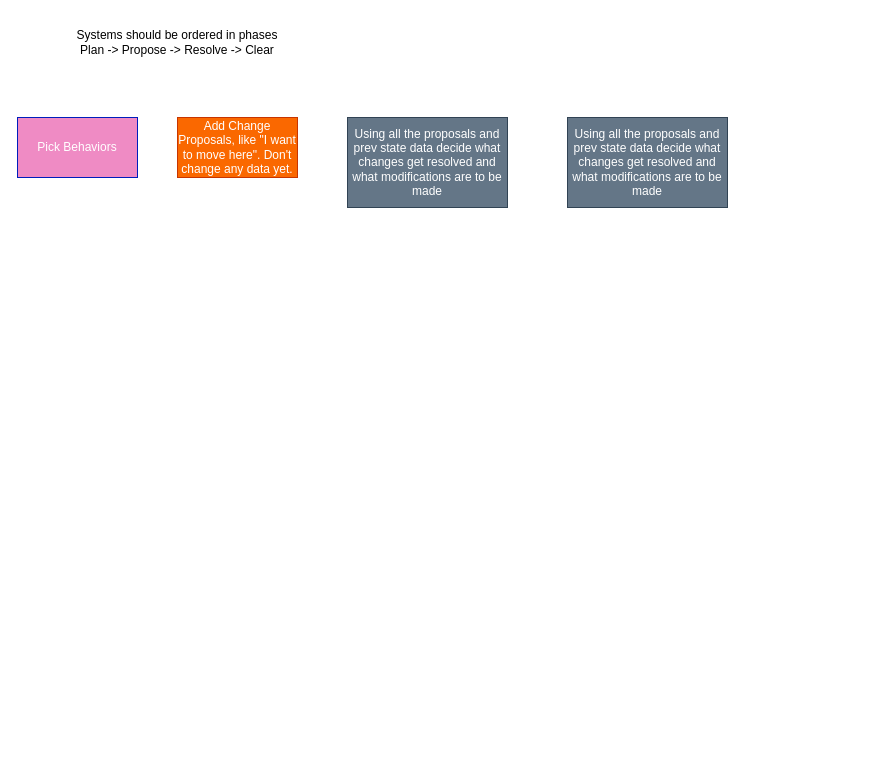
ssotangkur/TransportEngineer keeps this draw.io diagram as client/src/systems/systemPattern.dio. Above is the earlier version. Source tidied: cells renumbered, new cells numbered last; positions are measured from the earlier drawing's top-left corner, leaving out a move shared by most shapes. Both pictures are drawn from the tidied source at 100%, with x=0, y=0 at pixel (17, 17).
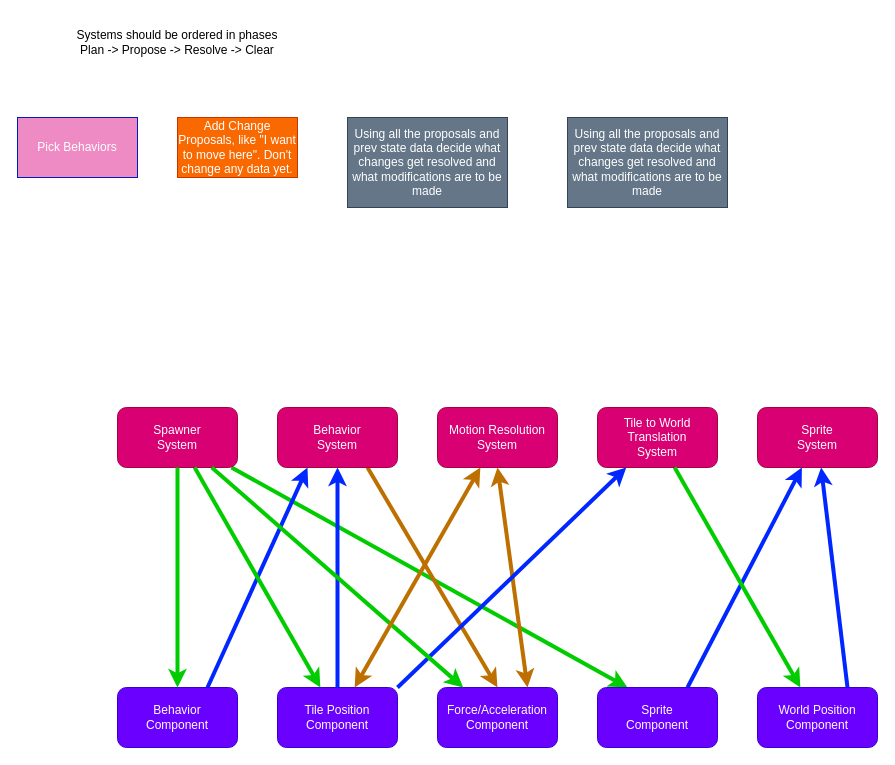
Above is the later version.

Change to the diagram source:
```diff
@@
+    <mxCell id="7" style="edgeStyle=none;html=1;strokeColor=#00CC00;strokeWidth=4;entryX=0.25;entryY=0;entryDx=0;entryDy=0;" parent="1" edge="1" source="8" target="21">
+      <mxGeometry relative="1" as="geometry" />
+    </mxCell>
+    <mxCell id="8" value="Spawner&lt;br&gt;System" style="rounded=1;whiteSpace=wrap;html=1;fillColor=#d80073;fontColor=#ffffff;strokeColor=#A50040;" parent="1" vertex="1">
+      <mxGeometry x="100" y="390" width="120" height="60" as="geometry" />
+    </mxCell>
+    <mxCell id="9" style="edgeStyle=none;html=1;exitX=0.75;exitY=0;exitDx=0;exitDy=0;entryX=0.25;entryY=1;entryDx=0;entryDy=0;strokeColor=#0027FF;strokeWidth=4;fillColor=#0050ef;" parent="1" edge="1" source="10" target="12">
+      <mxGeometry relative="1" as="geometry" />
+    </mxCell>
+    <mxCell id="10" value="Behavior&lt;br&gt;Component" style="rounded=1;whiteSpace=wrap;html=1;fillColor=#6a00ff;fontColor=#ffffff;strokeColor=#3700CC;" parent="1" vertex="1">
+      <mxGeometry x="100" y="670" width="120" height="60" as="geometry" />
+    </mxCell>
+    <mxCell id="11" style="edgeStyle=none;html=1;exitX=0.75;exitY=1;exitDx=0;exitDy=0;entryX=0.5;entryY=0;entryDx=0;entryDy=0;strokeColor=#BD7000;strokeWidth=4;startArrow=none;startFill=0;fillColor=#f0a30a;" parent="1" edge="1" source="12" target="13">
+      <mxGeometry relative="1" as="geometry" />
+    </mxCell>
+    <mxCell id="12" value="Behavior&lt;br&gt;System" style="rounded=1;whiteSpace=wrap;html=1;fillColor=#d80073;fontColor=#ffffff;strokeColor=#A50040;" parent="1" vertex="1">
+      <mxGeometry x="260" y="390" width="120" height="60" as="geometry" />
+    </mxCell>
+    <mxCell id="13" value="Force/Acceleration&lt;br&gt;Component" style="rounded=1;whiteSpace=wrap;html=1;fillColor=#6a00ff;fontColor=#ffffff;strokeColor=#3700CC;" parent="1" vertex="1">
+      <mxGeometry x="420" y="670" width="120" height="60" as="geometry" />
+    </mxCell>
+    <mxCell id="14" style="edgeStyle=none;html=1;exitX=0.5;exitY=1;exitDx=0;exitDy=0;entryX=0.75;entryY=0;entryDx=0;entryDy=0;strokeColor=#BD7000;strokeWidth=4;startArrow=classic;startFill=1;fillColor=#f0a30a;" parent="1" edge="1" source="15" target="13">
+      <mxGeometry relative="1" as="geometry" />
+    </mxCell>
+    <mxCell id="15" value="Motion Resolution&lt;br&gt;System" style="rounded=1;whiteSpace=wrap;html=1;fillColor=#d80073;fontColor=#ffffff;strokeColor=#A50040;" parent="1" vertex="1">
+      <mxGeometry x="420" y="390" width="120" height="60" as="geometry" />
+    </mxCell>
+    <mxCell id="16" value="Tile to World&lt;br&gt;Translation&lt;br&gt;System" style="rounded=1;whiteSpace=wrap;html=1;fillColor=#d80073;fontColor=#ffffff;strokeColor=#A50040;" parent="1" vertex="1">
+      <mxGeometry x="580" y="390" width="120" height="60" as="geometry" />
+    </mxCell>
+    <mxCell id="17" style="edgeStyle=none;html=1;exitX=0.75;exitY=0;exitDx=0;exitDy=0;strokeColor=#0027FF;strokeWidth=4;startArrow=none;startFill=0;" parent="1" edge="1" source="18" target="19">
+      <mxGeometry relative="1" as="geometry" />
+    </mxCell>
+    <mxCell id="18" value="World Position Component" style="rounded=1;whiteSpace=wrap;html=1;fillColor=#6a00ff;fontColor=#ffffff;strokeColor=#3700CC;" parent="1" vertex="1">
+      <mxGeometry x="740" y="670" width="120" height="60" as="geometry" />
+    </mxCell>
+    <mxCell id="19" value="Sprite&lt;br&gt;System" style="rounded=1;whiteSpace=wrap;html=1;fillColor=#d80073;fontColor=#ffffff;strokeColor=#A50040;" parent="1" vertex="1">
+      <mxGeometry x="740" y="390" width="120" height="60" as="geometry" />
+    </mxCell>
+    <mxCell id="20" style="edgeStyle=none;html=1;exitX=0.75;exitY=0;exitDx=0;exitDy=0;strokeColor=#0027FF;strokeWidth=4;startArrow=none;startFill=0;" parent="1" edge="1" source="21" target="19">
+      <mxGeometry relative="1" as="geometry" />
+    </mxCell>
+    <mxCell id="21" value="Sprite&lt;br&gt;Component" style="rounded=1;whiteSpace=wrap;html=1;fillColor=#6a00ff;fontColor=#ffffff;strokeColor=#3700CC;" parent="1" vertex="1">
+      <mxGeometry x="580" y="670" width="120" height="60" as="geometry" />
+    </mxCell>
+    <mxCell id="22" style="edgeStyle=none;html=1;exitX=1;exitY=0;exitDx=0;exitDy=0;strokeColor=#0027FF;strokeWidth=4;startArrow=none;startFill=0;" parent="1" edge="1" source="23" target="16">
+      <mxGeometry relative="1" as="geometry" />
+    </mxCell>
+    <mxCell id="23" value="Tile Position&lt;br&gt;Component" style="rounded=1;whiteSpace=wrap;html=1;fillColor=#6a00ff;fontColor=#ffffff;strokeColor=#3700CC;" parent="1" vertex="1">
+      <mxGeometry x="260" y="670" width="120" height="60" as="geometry" />
+    </mxCell>
+    <mxCell id="24" style="edgeStyle=none;html=1;strokeColor=#00CC00;strokeWidth=4;" parent="1" edge="1" source="8" target="10">
+      <mxGeometry relative="1" as="geometry" />
+    </mxCell>
+    <mxCell id="25" style="edgeStyle=none;html=1;strokeColor=#00CC00;strokeWidth=4;" parent="1" edge="1" source="8" target="23">
+      <mxGeometry relative="1" as="geometry" />
+    </mxCell>
+    <mxCell id="26" style="edgeStyle=none;html=1;strokeColor=#0027FF;strokeWidth=4;fillColor=#0050ef;entryX=0.5;entryY=1;entryDx=0;entryDy=0;" parent="1" edge="1" source="23" target="12">
+      <mxGeometry relative="1" as="geometry" />
+    </mxCell>
+    <mxCell id="27" style="edgeStyle=none;html=1;strokeColor=#00CC00;strokeWidth=4;" parent="1" edge="1" source="8" target="13">
+      <mxGeometry relative="1" as="geometry" />
+    </mxCell>
+    <mxCell id="28" style="edgeStyle=none;html=1;strokeColor=#00CC00;strokeWidth=4;" parent="1" edge="1" source="16" target="18">
+      <mxGeometry relative="1" as="geometry" />
+    </mxCell>
+    <mxCell id="29" style="edgeStyle=none;html=1;strokeColor=#BD7000;strokeWidth=4;fillColor=#f0a30a;startArrow=classic;startFill=1;" parent="1" edge="1" source="23" target="15">
+      <mxGeometry relative="1" as="geometry" />
+    </mxCell>
```
